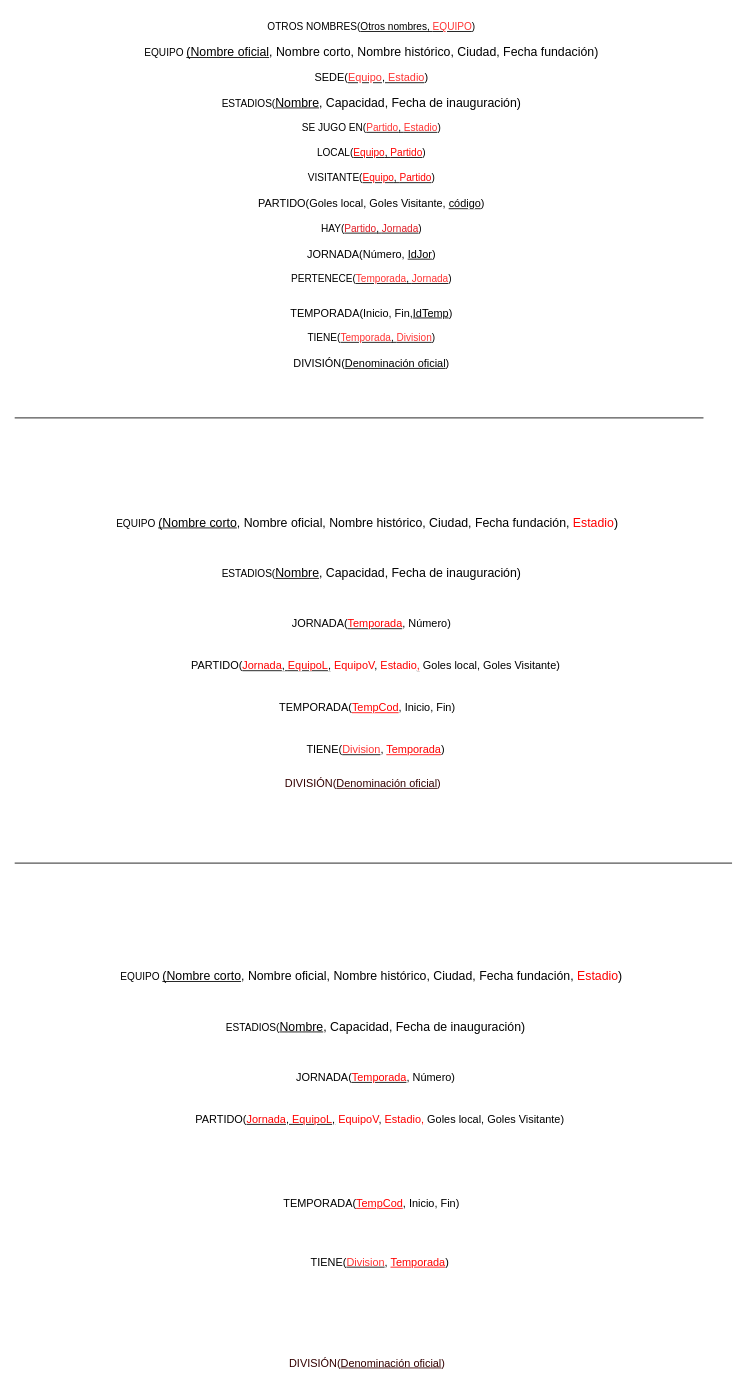
Earlier version of the draw.io diagram draws/EsquemaRelacional.drawio (Practicass/Practica1_LigaFutbol). Source tidied: cells renumbered, new cells numbered last; positions are measured from the earlier drawing's top-left corner, leaving out a move shared by most shapes. Both pictures are drawn from the tidied source at 84%, with x=0, y=0 at pixel (14, 14).
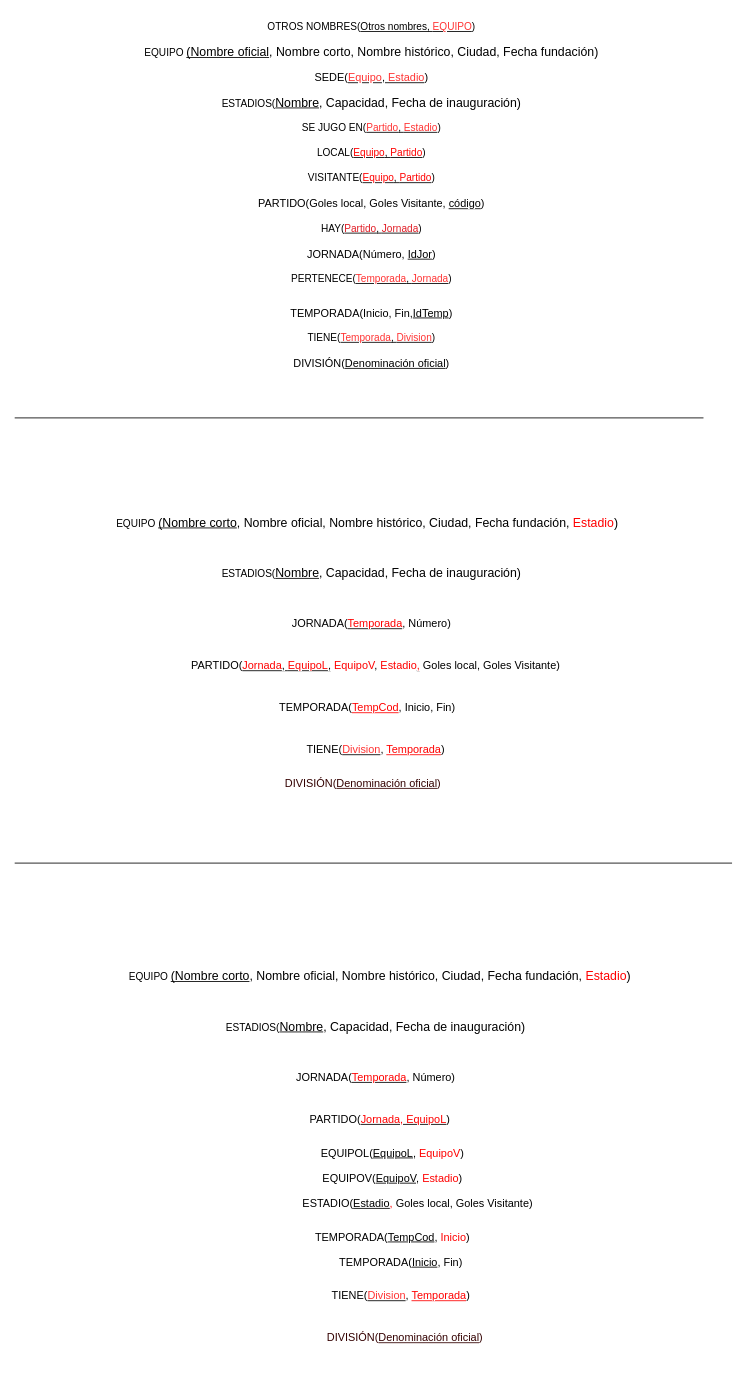
After the change.

The edit, as a diff of the source:
```diff
@@
     <mxCell id="24" value="EQUIPO &lt;span style=&quot;font-size: 11pt; font-family: Arial; color: rgb(0, 0, 0); background-color: transparent; font-weight: 400; font-style: normal; font-variant: normal; text-decoration: underline; text-decoration-skip-ink: none; vertical-align: baseline;&quot;&gt;(Nombre corto&lt;/span&gt;&lt;span style=&quot;font-size: 11pt; font-family: Arial; color: rgb(0, 0, 0); background-color: transparent; font-weight: 400; font-style: normal; font-variant: normal; text-decoration: none; vertical-align: baseline;&quot;&gt;, Nombre oficial, Nombre histórico, Ciudad, Fecha fundación, &lt;font color=&quot;#FF0000&quot;&gt;Estadio&lt;/font&gt;)&lt;/span&gt;" style="text;html=1;strokeColor=none;fillColor=none;align=center;verticalAlign=middle;whiteSpace=wrap;rounded=0;" parent="1" vertex="1">
-      <mxGeometry x="55" y="1130" width="740" height="30" as="geometry" />
+      <mxGeometry x="65" y="1130" width="740" height="30" as="geometry" />
     </mxCell>
-    <mxCell id="25" value="&lt;p id=&quot;docs-internal-guid-b29137fc-7fff-e210-7a7c-c94be5e26367&quot; style=&quot;line-height: 1.38; margin-top: 0pt; margin-bottom: 0pt; font-size: 13px;&quot; dir=&quot;ltr&quot;&gt;&lt;font style=&quot;font-size: 13px;&quot;&gt;PARTIDO(&lt;u&gt;&lt;font color=&quot;#FF0000&quot;&gt;Jornada&lt;/font&gt;, &lt;font color=&quot;#FF0000&quot;&gt;EquipoL&lt;/font&gt;,&lt;/u&gt;&lt;font color=&quot;#FF0000&quot;&gt; EquipoV&lt;/font&gt;&lt;/font&gt;&lt;font style=&quot;font-size: 13px;&quot;&gt;, &lt;/font&gt;&lt;font style=&quot;font-size: 13px;&quot;&gt;&lt;font color=&quot;#FF0000&quot;&gt;Estadio&lt;/font&gt;&lt;u&gt;&lt;font color=&quot;#FF0000&quot;&gt;,&lt;/font&gt;&lt;/u&gt;&lt;font color=&quot;#FF0000&quot;&gt; &lt;/font&gt;&lt;/font&gt;&lt;font style=&quot;font-size: 13px;&quot;&gt;Goles local, Goles Visitante)&lt;/font&gt;&lt;/p&gt;&lt;p id=&quot;docs-internal-guid-ae7be185-7fff-9508-fb25-8bbcf56c84a8&quot; style=&quot;line-height: 1.38; margin-top: 0pt; margin-bottom: 0pt; font-size: 13px;&quot; dir=&quot;ltr&quot;&gt;&lt;/p&gt;" style="text;html=1;strokeColor=none;fillColor=none;align=center;verticalAlign=middle;whiteSpace=wrap;rounded=0;" parent="1" vertex="1">
+    <mxCell id="25" value="&lt;p id=&quot;docs-internal-guid-b29137fc-7fff-e210-7a7c-c94be5e26367&quot; style=&quot;line-height: 1.38; margin-top: 0pt; margin-bottom: 0pt; font-size: 13px;&quot; dir=&quot;ltr&quot;&gt;&lt;font style=&quot;font-size: 13px;&quot;&gt;PARTIDO(&lt;u&gt;&lt;font color=&quot;#FF0000&quot;&gt;Jornada, EquipoL&lt;/font&gt;&lt;/u&gt;&lt;/font&gt;&lt;font style=&quot;font-size: 13px;&quot;&gt;)&lt;/font&gt;&lt;/p&gt;&lt;p id=&quot;docs-internal-guid-ae7be185-7fff-9508-fb25-8bbcf56c84a8&quot; style=&quot;line-height: 1.38; margin-top: 0pt; margin-bottom: 0pt; font-size: 13px;&quot; dir=&quot;ltr&quot;&gt;&lt;/p&gt;" style="text;html=1;strokeColor=none;fillColor=none;align=center;verticalAlign=middle;whiteSpace=wrap;rounded=0;" parent="1" vertex="1">
       <mxGeometry x="65" y="1300" width="740" height="30" as="geometry" />
     </mxCell>
@@
-    <mxCell id="28" value="&lt;p id=&quot;docs-internal-guid-06d0baa3-7fff-bc2a-16c3-9cde62015013&quot; style=&quot;line-height: 1.38; margin-top: 0pt; margin-bottom: 0pt; font-size: 13px;&quot; dir=&quot;ltr&quot;&gt;TEMPORADA(&lt;font color=&quot;#ff0000&quot;&gt;&lt;u&gt;TempCod&lt;/u&gt;&lt;/font&gt;,&amp;nbsp;&lt;span style=&quot;font-family: Arial; color: rgb(0, 0, 0); background-color: transparent; font-style: normal; font-variant: normal; text-decoration-skip-ink: none; vertical-align: baseline;&quot;&gt;Inicio&lt;/span&gt;&lt;span style=&quot;font-family: Arial; color: rgb(0, 0, 0); background-color: transparent; font-style: normal; font-variant: normal; text-decoration: none; vertical-align: baseline;&quot;&gt;, Fin)&lt;/span&gt;&lt;/p&gt;&lt;p id=&quot;docs-internal-guid-d062ec6a-7fff-5ad4-b682-37d9f37c2bd6&quot; style=&quot;line-height:1.38;margin-top:0pt;margin-bottom:0pt;&quot; dir=&quot;ltr&quot;&gt;&lt;/p&gt;&lt;p id=&quot;docs-internal-guid-b29137fc-7fff-e210-7a7c-c94be5e26367&quot; style=&quot;line-height:1.38;margin-top:0pt;margin-bottom:0pt;&quot; dir=&quot;ltr&quot;&gt;&lt;/p&gt;&lt;p id=&quot;docs-internal-guid-ae7be185-7fff-9508-fb25-8bbcf56c84a8&quot; style=&quot;line-height:1.38;margin-top:0pt;margin-bottom:0pt;&quot; dir=&quot;ltr&quot;&gt;&lt;/p&gt;" style="text;html=1;strokeColor=none;fillColor=none;align=center;verticalAlign=middle;whiteSpace=wrap;rounded=0;" parent="1" vertex="1">
-      <mxGeometry x="55" y="1400" width="740" height="30" as="geometry" />
+    <mxCell id="28" value="&lt;p id=&quot;docs-internal-guid-06d0baa3-7fff-bc2a-16c3-9cde62015013&quot; style=&quot;line-height: 1.38; margin-top: 0pt; margin-bottom: 0pt; font-size: 13px;&quot; dir=&quot;ltr&quot;&gt;TEMPORADA(&lt;u style=&quot;&quot;&gt;TempCod&lt;/u&gt;,&amp;nbsp;&lt;span style=&quot;font-family: Arial; background-color: transparent; font-style: normal; font-variant: normal; text-decoration-skip-ink: none; vertical-align: baseline;&quot;&gt;&lt;font color=&quot;#ff0000&quot;&gt;Inicio&lt;/font&gt;&lt;/span&gt;&lt;span style=&quot;font-family: Arial; color: rgb(0, 0, 0); background-color: transparent; font-style: normal; font-variant: normal; text-decoration: none; vertical-align: baseline;&quot;&gt;)&lt;/span&gt;&lt;/p&gt;&lt;p id=&quot;docs-internal-guid-d062ec6a-7fff-5ad4-b682-37d9f37c2bd6&quot; style=&quot;line-height:1.38;margin-top:0pt;margin-bottom:0pt;&quot; dir=&quot;ltr&quot;&gt;&lt;/p&gt;&lt;p id=&quot;docs-internal-guid-b29137fc-7fff-e210-7a7c-c94be5e26367&quot; style=&quot;line-height:1.38;margin-top:0pt;margin-bottom:0pt;&quot; dir=&quot;ltr&quot;&gt;&lt;/p&gt;&lt;p id=&quot;docs-internal-guid-ae7be185-7fff-9508-fb25-8bbcf56c84a8&quot; style=&quot;line-height:1.38;margin-top:0pt;margin-bottom:0pt;&quot; dir=&quot;ltr&quot;&gt;&lt;/p&gt;" style="text;html=1;strokeColor=none;fillColor=none;align=center;verticalAlign=middle;whiteSpace=wrap;rounded=0;" parent="1" vertex="1">
+      <mxGeometry x="80" y="1440" width="740" height="30" as="geometry" />
     </mxCell>
     <mxCell id="29" value="&lt;p id=&quot;docs-internal-guid-3562eadd-7fff-00f9-283a-577bf8721a5b&quot; style=&quot;line-height: 1.38; margin-top: 0pt; margin-bottom: 0pt; font-size: 13px;&quot; dir=&quot;ltr&quot;&gt;&lt;font style=&quot;font-size: 13px;&quot; color=&quot;#330000&quot;&gt;DIVISIÓN(&lt;u&gt;Denominación oficial&lt;/u&gt;)&lt;/font&gt;&lt;/p&gt;" style="text;whiteSpace=wrap;html=1;fontColor=#FF3333;" parent="1" vertex="1">
-      <mxGeometry x="325" y="1590" width="220" height="40" as="geometry" />
+      <mxGeometry x="370" y="1560" width="220" height="40" as="geometry" />
     </mxCell>
     <mxCell id="30" value="&lt;p id=&quot;docs-internal-guid-06d0baa3-7fff-bc2a-16c3-9cde62015013&quot; style=&quot;line-height: 1.38; margin-top: 0pt; margin-bottom: 0pt; font-size: 13px;&quot; dir=&quot;ltr&quot;&gt;TIENE(&lt;u&gt;&lt;font color=&quot;#FF3333&quot;&gt;Division&lt;/font&gt;&lt;/u&gt;, &lt;font color=&quot;#ff0000&quot;&gt;&lt;u&gt;Temporada&lt;/u&gt;&lt;/font&gt;&lt;span style=&quot;font-family: Arial; color: rgb(0, 0, 0); background-color: transparent; font-style: normal; font-variant: normal; text-decoration: none; vertical-align: baseline;&quot;&gt;)&lt;/span&gt;&lt;/p&gt;&lt;p id=&quot;docs-internal-guid-d062ec6a-7fff-5ad4-b682-37d9f37c2bd6&quot; style=&quot;line-height:1.38;margin-top:0pt;margin-bottom:0pt;&quot; dir=&quot;ltr&quot;&gt;&lt;/p&gt;&lt;p id=&quot;docs-internal-guid-b29137fc-7fff-e210-7a7c-c94be5e26367&quot; style=&quot;line-height:1.38;margin-top:0pt;margin-bottom:0pt;&quot; dir=&quot;ltr&quot;&gt;&lt;/p&gt;&lt;p id=&quot;docs-internal-guid-ae7be185-7fff-9508-fb25-8bbcf56c84a8&quot; style=&quot;line-height:1.38;margin-top:0pt;margin-bottom:0pt;&quot; dir=&quot;ltr&quot;&gt;&lt;/p&gt;" style="text;html=1;strokeColor=none;fillColor=none;align=center;verticalAlign=middle;whiteSpace=wrap;rounded=0;" parent="1" vertex="1">
-      <mxGeometry x="65" y="1470" width="740" height="30" as="geometry" />
+      <mxGeometry x="90" y="1510" width="740" height="30" as="geometry" />
     </mxCell>
@@
+    <mxCell id="32" value="&lt;p id=&quot;docs-internal-guid-b29137fc-7fff-e210-7a7c-c94be5e26367&quot; style=&quot;line-height: 1.38; margin-top: 0pt; margin-bottom: 0pt; font-size: 13px;&quot; dir=&quot;ltr&quot;&gt;&lt;font style=&quot;font-size: 13px;&quot;&gt;EQUIPOL(&lt;u&gt;EquipoL,&lt;/u&gt;&lt;font color=&quot;#FF0000&quot;&gt; EquipoV&lt;/font&gt;&lt;/font&gt;&lt;font style=&quot;font-size: 13px;&quot;&gt;)&lt;/font&gt;&lt;/p&gt;&lt;p id=&quot;docs-internal-guid-ae7be185-7fff-9508-fb25-8bbcf56c84a8&quot; style=&quot;line-height: 1.38; margin-top: 0pt; margin-bottom: 0pt; font-size: 13px;&quot; dir=&quot;ltr&quot;&gt;&lt;/p&gt;" style="text;html=1;strokeColor=none;fillColor=none;align=center;verticalAlign=middle;whiteSpace=wrap;rounded=0;" parent="1" vertex="1">
+      <mxGeometry x="80" y="1340" width="740" height="30" as="geometry" />
+    </mxCell>
+    <mxCell id="33" value="&lt;p id=&quot;docs-internal-guid-b29137fc-7fff-e210-7a7c-c94be5e26367&quot; style=&quot;line-height: 1.38; margin-top: 0pt; margin-bottom: 0pt; font-size: 13px;&quot; dir=&quot;ltr&quot;&gt;&lt;font style=&quot;font-size: 13px;&quot;&gt;EQUIPOV(&lt;u style=&quot;&quot;&gt;EquipoV&lt;/u&gt;&lt;/font&gt;&lt;font style=&quot;font-size: 13px;&quot;&gt;, &lt;/font&gt;&lt;font style=&quot;font-size: 13px;&quot;&gt;&lt;font color=&quot;#FF0000&quot;&gt;Estadio&lt;/font&gt;&lt;/font&gt;&lt;font style=&quot;font-size: 13px;&quot;&gt;)&lt;/font&gt;&lt;/p&gt;&lt;p id=&quot;docs-internal-guid-ae7be185-7fff-9508-fb25-8bbcf56c84a8&quot; style=&quot;line-height: 1.38; margin-top: 0pt; margin-bottom: 0pt; font-size: 13px;&quot; dir=&quot;ltr&quot;&gt;&lt;/p&gt;" style="text;html=1;strokeColor=none;fillColor=none;align=center;verticalAlign=middle;whiteSpace=wrap;rounded=0;" parent="1" vertex="1">
+      <mxGeometry x="80" y="1370" width="740" height="30" as="geometry" />
+    </mxCell>
+    <mxCell id="34" value="&lt;p id=&quot;docs-internal-guid-b29137fc-7fff-e210-7a7c-c94be5e26367&quot; style=&quot;line-height: 1.38; margin-top: 0pt; margin-bottom: 0pt; font-size: 13px;&quot; dir=&quot;ltr&quot;&gt;&lt;font style=&quot;font-size: 13px;&quot;&gt;ESTADIO(&lt;/font&gt;&lt;font style=&quot;font-size: 13px;&quot;&gt;&lt;u style=&quot;&quot;&gt;Estadio&lt;/u&gt;&lt;u&gt;&lt;font color=&quot;#FF0000&quot;&gt;,&lt;/font&gt;&lt;/u&gt;&lt;font color=&quot;#FF0000&quot;&gt; &lt;/font&gt;&lt;/font&gt;&lt;font style=&quot;font-size: 13px;&quot;&gt;Goles local, Goles Visitante)&lt;/font&gt;&lt;/p&gt;&lt;p id=&quot;docs-internal-guid-ae7be185-7fff-9508-fb25-8bbcf56c84a8&quot; style=&quot;line-height: 1.38; margin-top: 0pt; margin-bottom: 0pt; font-size: 13px;&quot; dir=&quot;ltr&quot;&gt;&lt;/p&gt;" style="text;html=1;strokeColor=none;fillColor=none;align=center;verticalAlign=middle;whiteSpace=wrap;rounded=0;" parent="1" vertex="1">
+      <mxGeometry x="110" y="1400" width="740" height="30" as="geometry" />
+    </mxCell>
+    <mxCell id="35" value="&lt;p id=&quot;docs-internal-guid-06d0baa3-7fff-bc2a-16c3-9cde62015013&quot; style=&quot;line-height: 1.38; margin-top: 0pt; margin-bottom: 0pt; font-size: 13px;&quot; dir=&quot;ltr&quot;&gt;TEMPORADA(&lt;span style=&quot;font-family: Arial; color: rgb(0, 0, 0); background-color: transparent; font-style: normal; font-variant: normal; text-decoration-skip-ink: none; vertical-align: baseline;&quot;&gt;&lt;u&gt;Inicio&lt;/u&gt;&lt;/span&gt;&lt;span style=&quot;font-family: Arial; color: rgb(0, 0, 0); background-color: transparent; font-style: normal; font-variant: normal; text-decoration: none; vertical-align: baseline;&quot;&gt;, Fin)&lt;/span&gt;&lt;/p&gt;&lt;p id=&quot;docs-internal-guid-d062ec6a-7fff-5ad4-b682-37d9f37c2bd6&quot; style=&quot;line-height:1.38;margin-top:0pt;margin-bottom:0pt;&quot; dir=&quot;ltr&quot;&gt;&lt;/p&gt;&lt;p id=&quot;docs-internal-guid-b29137fc-7fff-e210-7a7c-c94be5e26367&quot; style=&quot;line-height:1.38;margin-top:0pt;margin-bottom:0pt;&quot; dir=&quot;ltr&quot;&gt;&lt;/p&gt;&lt;p id=&quot;docs-internal-guid-ae7be185-7fff-9508-fb25-8bbcf56c84a8&quot; style=&quot;line-height:1.38;margin-top:0pt;margin-bottom:0pt;&quot; dir=&quot;ltr&quot;&gt;&lt;/p&gt;" style="text;html=1;strokeColor=none;fillColor=none;align=center;verticalAlign=middle;whiteSpace=wrap;rounded=0;" parent="1" vertex="1">
+      <mxGeometry x="90" y="1470" width="740" height="30" as="geometry" />
+    </mxCell>
```
